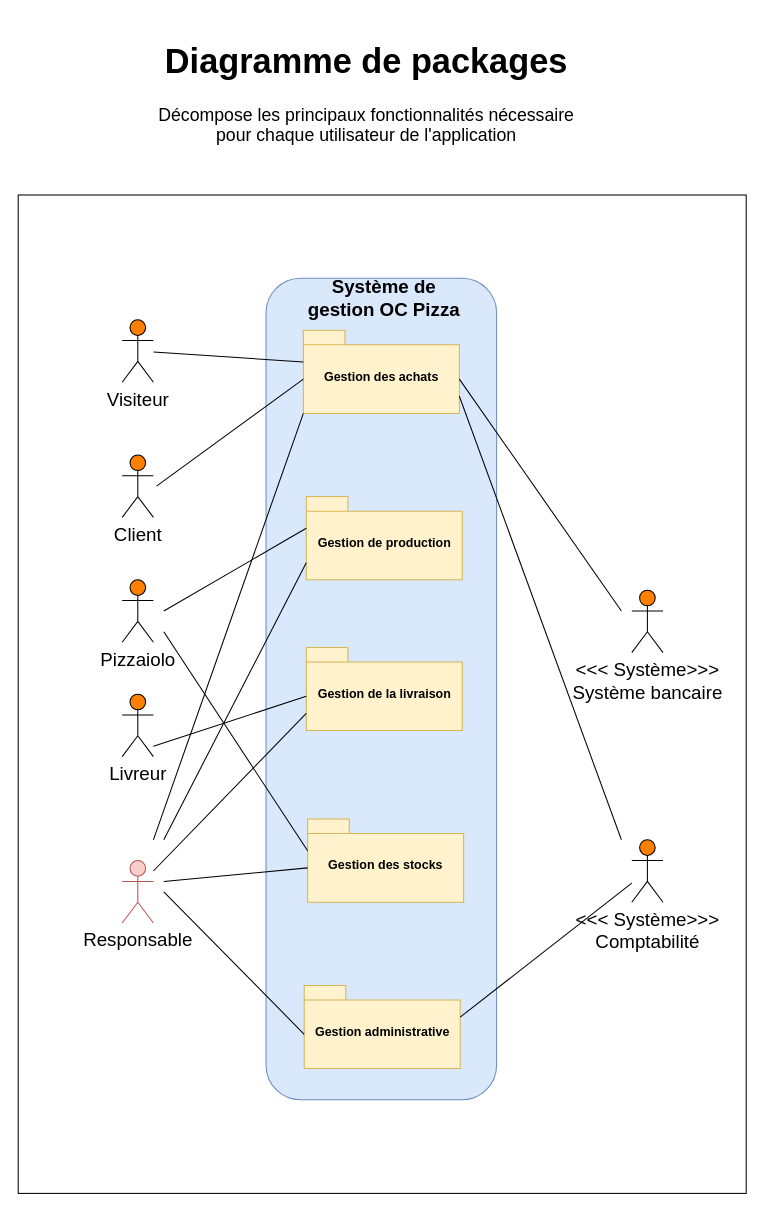
Before: Package Diagram.drawio in Maayaavi/OC_Project_4, a draw.io diagram. Source tidied: cells renumbered, new cells numbered last; positions are measured from the earlier drawing's top-left corner, leaving out a move shared by most shapes. Both pictures are drawn from the tidied source at 104%, with x=0, y=0 at pixel (18, 28).
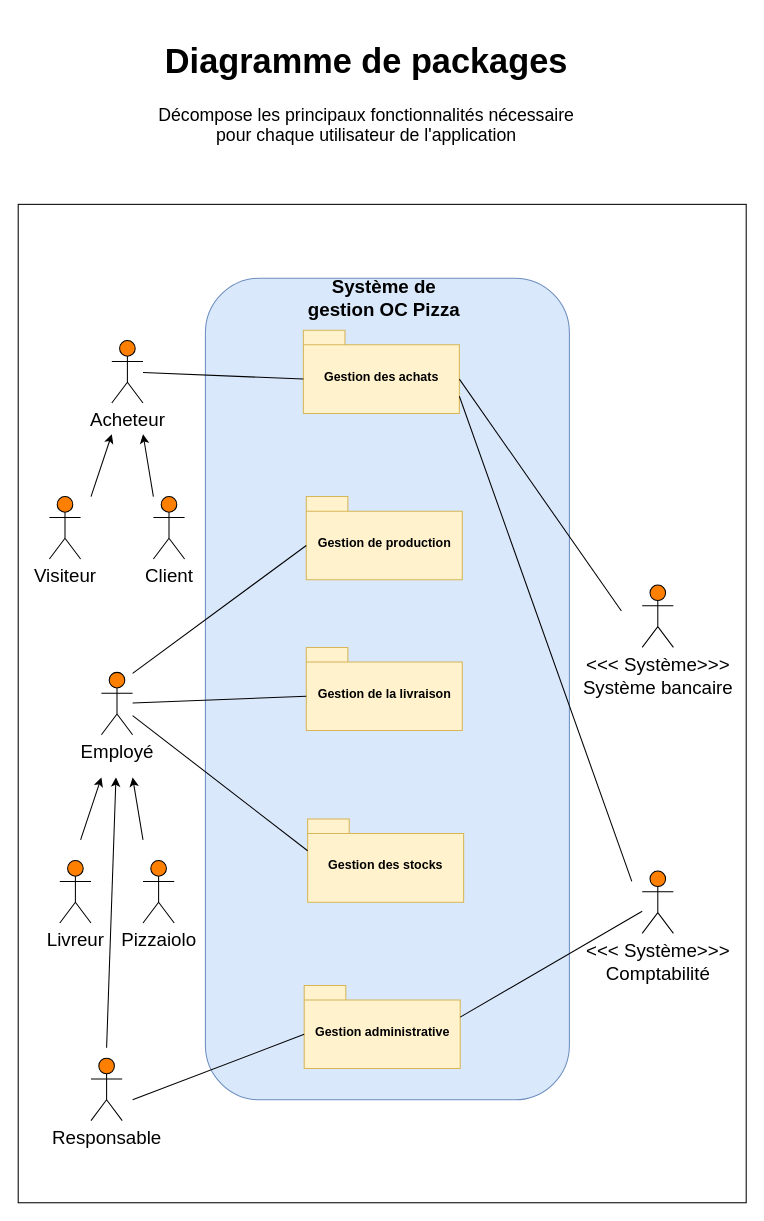
After the change.

The change refers to these unchanged cells:
```xml
<mxCell id="12" value="Gestion des achats" style="shape=folder;fontStyle=1;spacingTop=10;tabWidth=40;tabHeight=14;tabPosition=left;html=1;fillColor=#fff2cc;strokeColor=#d6b656;" parent="1" vertex="1">
  <mxGeometry x="274.2" y="290" width="150" height="80" as="geometry" />
</mxCell>
<mxCell id="13" value="Gestion de production" style="shape=folder;fontStyle=1;spacingTop=10;tabWidth=40;tabHeight=14;tabPosition=left;html=1;fillColor=#fff2cc;strokeColor=#d6b656;" parent="1" vertex="1">
  <mxGeometry x="277" y="450" width="150" height="80" as="geometry" />
</mxCell>
<mxCell id="14" value="Gestion de la livraison" style="shape=folder;fontStyle=1;spacingTop=10;tabWidth=40;tabHeight=14;tabPosition=left;html=1;fillColor=#fff2cc;strokeColor=#d6b656;" parent="1" vertex="1">
  <mxGeometry x="277" y="595" width="150" height="80" as="geometry" />
</mxCell>
<mxCell id="15" value="Gestion des stocks" style="shape=folder;fontStyle=1;spacingTop=10;tabWidth=40;tabHeight=14;tabPosition=left;html=1;fillColor=#fff2cc;strokeColor=#d6b656;" parent="1" vertex="1">
  <mxGeometry x="278.3" y="760" width="150" height="80" as="geometry" />
</mxCell>
<mxCell id="27" value="Gestion administrative" style="shape=folder;fontStyle=1;spacingTop=10;tabWidth=40;tabHeight=14;tabPosition=left;html=1;fillColor=#fff2cc;strokeColor=#d6b656;" parent="1" vertex="1">
  <mxGeometry x="275" y="920" width="150" height="80" as="geometry" />
</mxCell>
```

What changed in the source:
```diff
@@
     <mxCell id="2" style="whiteSpace=wrap;html=1;" parent="1" vertex="1">
-      <mxGeometry y="160" width="700" height="960" as="geometry" />
+      <mxGeometry y="169" width="700" height="960" as="geometry" />
     </mxCell>
@@
     <mxCell id="4" style="rounded=1;whiteSpace=wrap;html=1;fillColor=#dae8fc;strokeColor=#6c8ebf;" parent="1" vertex="1">
-      <mxGeometry x="238.3" y="240" width="221.7" height="790" as="geometry" />
+      <mxGeometry x="180" y="240" width="350" height="790" as="geometry" />
     </mxCell>
@@
     <mxCell id="6" value="Visiteur" style="shape=umlActor;verticalLabelPosition=bottom;labelBackgroundColor=#ffffff;verticalAlign=top;html=1;outlineConnect=0;fontSize=18;fillColor=#FF8000;" parent="1" vertex="1">
-      <mxGeometry x="100" y="280" width="30" height="60" as="geometry" />
+      <mxGeometry x="30" y="450" width="30" height="60" as="geometry" />
     </mxCell>
+    <mxCell id="31" value="Acheteur" style="shape=umlActor;verticalLabelPosition=bottom;labelBackgroundColor=#ffffff;verticalAlign=top;html=1;outlineConnect=0;fontSize=18;fillColor=#FF8000;" parent="1" vertex="1">
+      <mxGeometry x="90" y="300" width="30" height="60" as="geometry" />
+    </mxCell>
     <mxCell id="7" value="Client" style="shape=umlActor;verticalLabelPosition=bottom;labelBackgroundColor=#ffffff;verticalAlign=top;html=1;fontSize=18;fillColor=#FF8000;" parent="1" vertex="1">
-      <mxGeometry x="100" y="410" width="30" height="60" as="geometry" />
+      <mxGeometry x="130" y="450" width="30" height="60" as="geometry" />
     </mxCell>
     <mxCell id="8" value="Pizzaiolo" style="shape=umlActor;verticalLabelPosition=bottom;labelBackgroundColor=#ffffff;verticalAlign=top;html=1;fontSize=18;fillColor=#FF8000;" parent="1" vertex="1">
-      <mxGeometry x="100" y="530" width="30" height="60" as="geometry" />
+      <mxGeometry x="120" y="800" width="30" height="60" as="geometry" />
     </mxCell>
     <mxCell id="9" value="Livreur" style="shape=umlActor;verticalLabelPosition=bottom;labelBackgroundColor=#ffffff;verticalAlign=top;html=1;fontSize=18;fillColor=#FF8000;" parent="1" vertex="1">
-      <mxGeometry x="100" y="640" width="30" height="60" as="geometry" />
+      <mxGeometry x="40" y="800" width="30" height="60" as="geometry" />
     </mxCell>
     <mxCell id="10" value="&amp;lt;&amp;lt;&amp;lt; Système&amp;gt;&amp;gt;&amp;gt;&lt;br&gt;Système bancaire" style="shape=umlActor;verticalLabelPosition=bottom;labelBackgroundColor=#ffffff;verticalAlign=top;html=1;fontSize=18;gradientColor=none;gradientDirection=north;fillColor=#FF8000;" parent="1" vertex="1">
-      <mxGeometry x="590" y="540" width="30" height="60" as="geometry" />
+      <mxGeometry x="600" y="535" width="30" height="60" as="geometry" />
     </mxCell>
     <mxCell id="11" value="&amp;lt;&amp;lt;&amp;lt; Système&amp;gt;&amp;gt;&amp;gt;&lt;br&gt;Comptabilité" style="shape=umlActor;verticalLabelPosition=bottom;labelBackgroundColor=#ffffff;verticalAlign=top;html=1;outlineConnect=0;fontSize=18;gradientColor=none;gradientDirection=north;fillColor=#FF8000;" parent="1" vertex="1">
-      <mxGeometry x="590" y="780" width="30" height="60" as="geometry" />
+      <mxGeometry x="600" y="810" width="30" height="60" as="geometry" />
     </mxCell>
@@
-    <mxCell id="16" style="endArrow=none;html=1;entryX=0;entryY=0;entryDx=0;entryDy=30.5;entryPerimeter=0;" parent="1" edge="1" source="6" target="12">
-      <mxGeometry relative="1" as="geometry" />
-    </mxCell>
-    <mxCell id="17" style="endArrow=none;html=1;entryX=0;entryY=0;entryDx=0;entryDy=47;entryPerimeter=0;" parent="1" edge="1" target="12">
-      <mxGeometry relative="1" as="geometry">
-        <mxPoint x="133" y="440" as="sourcePoint" />
-      </mxGeometry>
+    <mxCell id="17" style="endArrow=none;html=1;entryX=0;entryY=0;entryDx=0;entryDy=47;entryPerimeter=0;" parent="1" edge="1" source="31" target="12">
+      <mxGeometry relative="1" as="geometry" />
     </mxCell>
-    <mxCell id="18" style="endArrow=none;html=1;entryX=0;entryY=0;entryDx=0;entryDy=30.5;entryPerimeter=0;" parent="1" edge="1" target="13">
-      <mxGeometry relative="1" as="geometry">
-        <mxPoint x="140" y="560" as="sourcePoint" />
-      </mxGeometry>
-    </mxCell>
-    <mxCell id="19" style="endArrow=none;html=1;entryX=0;entryY=0;entryDx=0;entryDy=63.5;entryPerimeter=0;" parent="1" edge="1" target="13">
-      <mxGeometry relative="1" as="geometry">
-        <mxPoint x="140" y="780" as="sourcePoint" />
-      </mxGeometry>
-    </mxCell>
-    <mxCell id="20" style="endArrow=none;html=1;entryX=0;entryY=0;entryDx=0;entryDy=80;entryPerimeter=0;" parent="1" edge="1" target="12">
-      <mxGeometry relative="1" as="geometry">
-        <mxPoint x="130" y="780" as="sourcePoint" />
-      </mxGeometry>
-    </mxCell>
@@
     <mxCell id="22" style="endArrow=none;html=1;exitX=0;exitY=0;exitDx=150;exitDy=63.5;exitPerimeter=0;" parent="1" edge="1" source="12">
       <mxGeometry relative="1" as="geometry">
-        <mxPoint x="580" y="780" as="targetPoint" />
+        <mxPoint x="590" y="820" as="targetPoint" />
       </mxGeometry>
     </mxCell>
-    <mxCell id="23" style="endArrow=none;html=1;entryX=0;entryY=0;entryDx=0;entryDy=47;entryPerimeter=0;" parent="1" edge="1" target="14">
-      <mxGeometry relative="1" as="geometry">
-        <mxPoint x="130" y="690" as="sourcePoint" />
-      </mxGeometry>
+    <mxCell id="23" style="endArrow=none;html=1;entryX=0;entryY=0;entryDx=0;entryDy=47;entryPerimeter=0;" parent="1" edge="1" source="34" target="14">
+      <mxGeometry relative="1" as="geometry" />
     </mxCell>
-    <mxCell id="24" style="endArrow=none;html=1;entryX=0;entryY=0;entryDx=0;entryDy=30.5;entryPerimeter=0;" parent="1" edge="1" target="15">
-      <mxGeometry relative="1" as="geometry">
-        <mxPoint x="140" y="580" as="sourcePoint" />
-      </mxGeometry>
+    <mxCell id="24" style="endArrow=none;html=1;entryX=0;entryY=0;entryDx=0;entryDy=30.5;entryPerimeter=0;" parent="1" edge="1" source="34" target="15">
+      <mxGeometry relative="1" as="geometry" />
     </mxCell>
-    <mxCell id="25" style="endArrow=none;html=1;entryX=0;entryY=0;entryDx=0;entryDy=47;entryPerimeter=0;" parent="1" edge="1" target="15">
-      <mxGeometry relative="1" as="geometry">
-        <mxPoint x="140" y="820" as="sourcePoint" />
-      </mxGeometry>
-    </mxCell>
-    <mxCell id="26" style="endArrow=none;html=1;entryX=0;entryY=0;entryDx=0;entryDy=63.5;entryPerimeter=0;" parent="1" edge="1" target="14">
-      <mxGeometry relative="1" as="geometry">
-        <mxPoint x="130" y="810" as="sourcePoint" />
-      </mxGeometry>
-    </mxCell>
@@
-    <mxCell id="28" style="endArrow=none;html=1;entryX=0;entryY=0;entryDx=0;entryDy=47;entryPerimeter=0;" parent="1" edge="1" target="27">
-      <mxGeometry relative="1" as="geometry">
-        <mxPoint x="140" y="830" as="sourcePoint" />
-      </mxGeometry>
-    </mxCell>
@@
-    <mxCell id="30" value="Responsable" style="shape=umlActor;verticalLabelPosition=bottom;labelBackgroundColor=#ffffff;verticalAlign=top;html=1;fontSize=18;fillColor=#f8cecc;strokeColor=#b85450;" parent="1" vertex="1">
-      <mxGeometry x="100" y="800" width="30" height="60" as="geometry" />
+    <mxCell id="30" value="Responsable" style="shape=umlActor;verticalLabelPosition=bottom;labelBackgroundColor=#ffffff;verticalAlign=top;html=1;fontSize=18;fillColor=#FF8000;" parent="1" vertex="1">
+      <mxGeometry x="70" y="990" width="30" height="60" as="geometry" />
     </mxCell>
+    <mxCell id="32" style="endArrow=classic;html=1;" parent="1" edge="1">
+      <mxGeometry relative="1" as="geometry">
+        <mxPoint x="70" y="450" as="sourcePoint" />
+        <mxPoint x="90" y="390" as="targetPoint" />
+      </mxGeometry>
+    </mxCell>
+    <mxCell id="33" style="endArrow=classic;html=1;" parent="1" edge="1">
+      <mxGeometry relative="1" as="geometry">
+        <mxPoint x="130" y="450" as="sourcePoint" />
+        <mxPoint x="120" y="390" as="targetPoint" />
+      </mxGeometry>
+    </mxCell>
+    <mxCell id="34" value="Employé" style="shape=umlActor;verticalLabelPosition=bottom;labelBackgroundColor=#ffffff;verticalAlign=top;html=1;outlineConnect=0;fontSize=18;fillColor=#FF8000;" parent="1" vertex="1">
+      <mxGeometry x="80" y="619" width="30" height="60" as="geometry" />
+    </mxCell>
+    <mxCell id="35" style="endArrow=none;html=1;entryX=0;entryY=0;entryDx=0;entryDy=47;entryPerimeter=0;" parent="1" edge="1" target="27">
+      <mxGeometry relative="1" as="geometry">
+        <mxPoint x="110" y="1030" as="sourcePoint" />
+      </mxGeometry>
+    </mxCell>
+    <mxCell id="36" style="endArrow=none;html=1;entryX=0;entryY=0;entryDx=0;entryDy=47;entryPerimeter=0;" parent="1" edge="1" target="13">
+      <mxGeometry relative="1" as="geometry">
+        <mxPoint x="110" y="620" as="sourcePoint" />
+      </mxGeometry>
+    </mxCell>
+    <mxCell id="37" style="endArrow=classic;html=1;" parent="1" edge="1">
+      <mxGeometry relative="1" as="geometry">
+        <mxPoint x="60" y="780" as="sourcePoint" />
+        <mxPoint x="80" y="720" as="targetPoint" />
+      </mxGeometry>
+    </mxCell>
+    <mxCell id="38" style="endArrow=classic;html=1;" parent="1" edge="1">
+      <mxGeometry relative="1" as="geometry">
+        <mxPoint x="120" y="780" as="sourcePoint" />
+        <mxPoint x="110" y="720" as="targetPoint" />
+      </mxGeometry>
+    </mxCell>
+    <mxCell id="39" style="endArrow=classic;html=1;" parent="1" edge="1">
+      <mxGeometry relative="1" as="geometry">
+        <mxPoint x="85" y="980" as="sourcePoint" />
+        <mxPoint x="94" y="720" as="targetPoint" />
+      </mxGeometry>
+    </mxCell>
```
